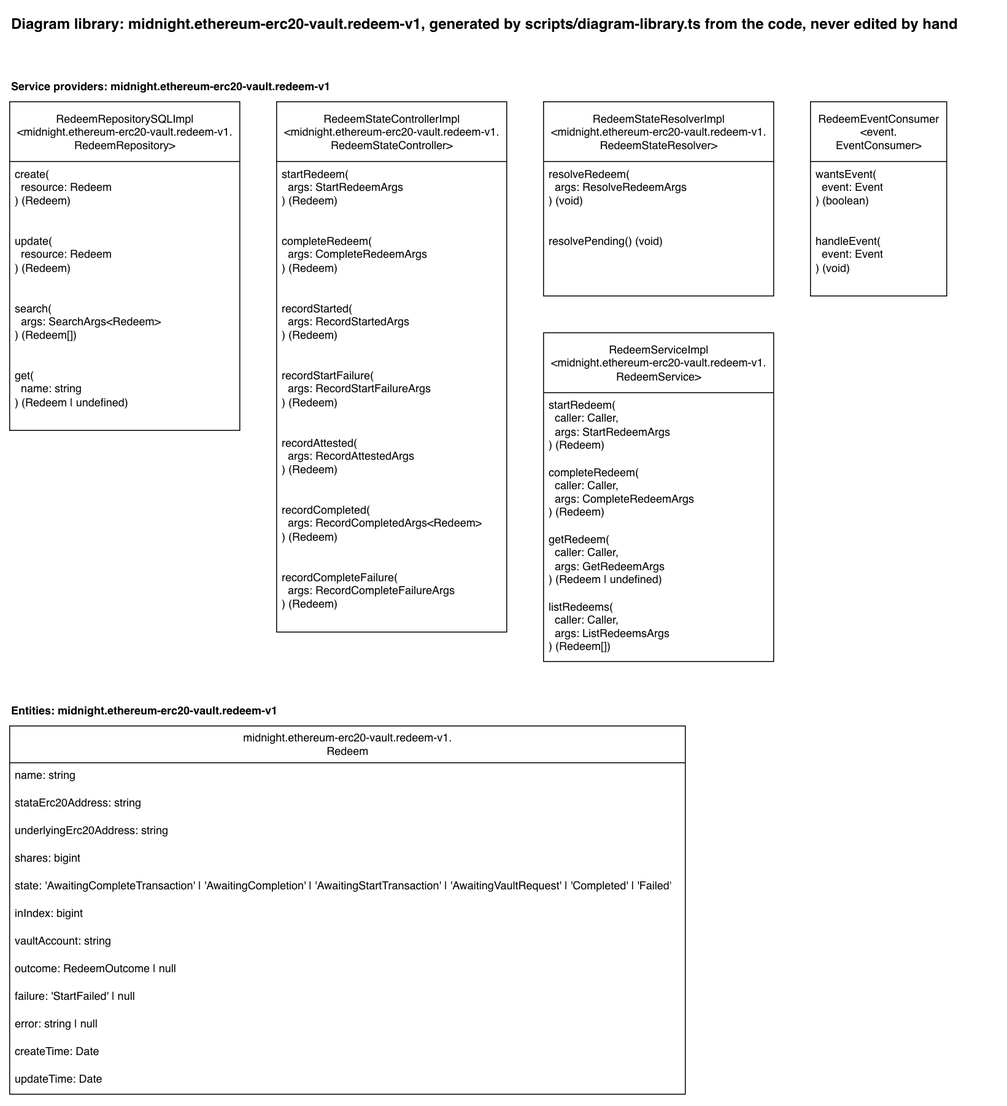
Above: docs/diagram-library/midnight/ethereum-erc20-vault/redeem-v1/diagram-library.drawio.png in sig-net/full-stack-demo (draw.io), before the change. Source tidied: cells renumbered, new cells last; positions are measured from the earlier drawing's top-left corner, leaving out a move shared by most shapes.
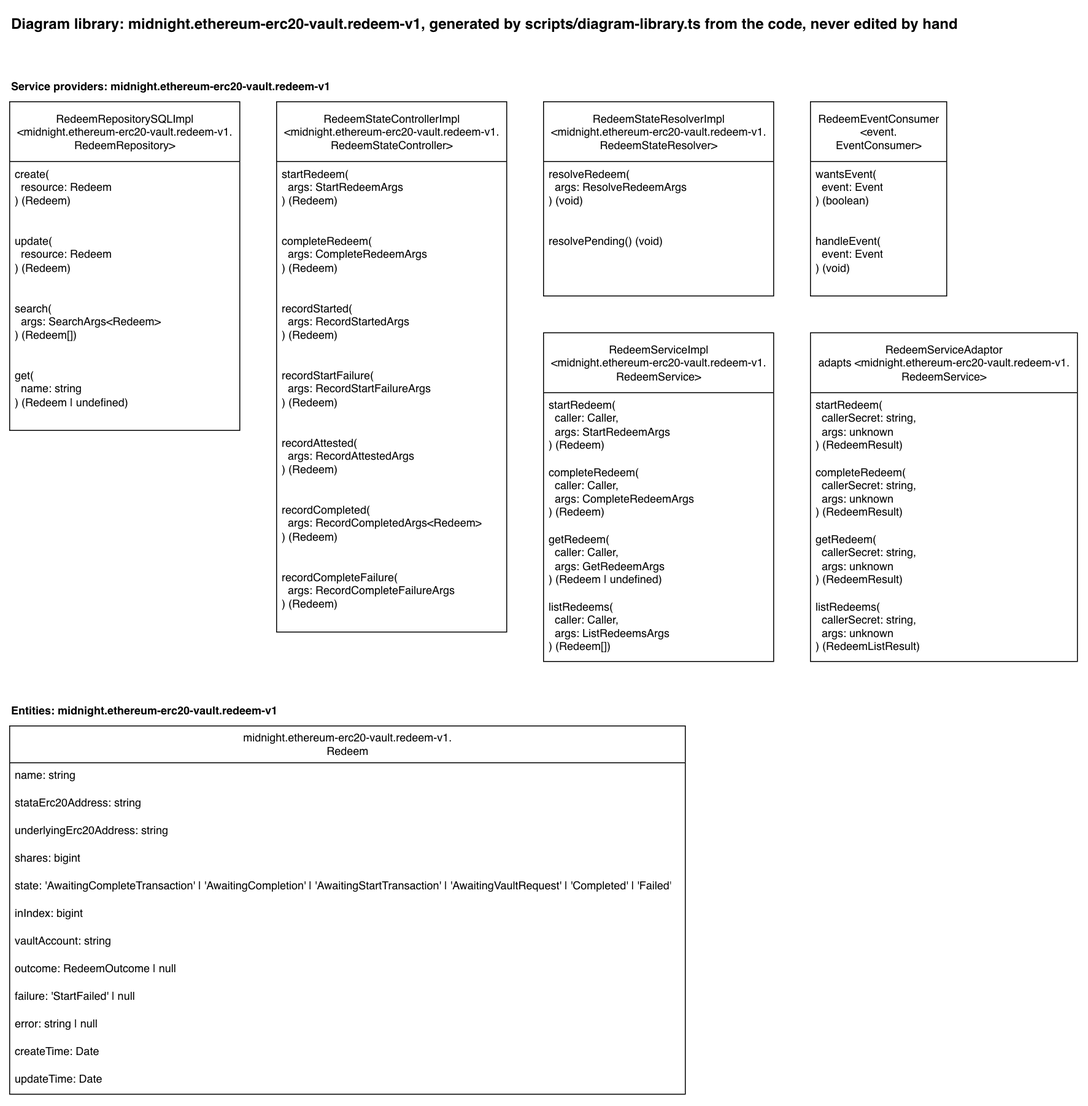
Later version of the same file.

The edit, as a diff of the source:
```diff
@@ -80,6 +80,21 @@
     <mxCell id="27" value="handleEvent(&lt;br&gt;&amp;nbsp; event: Event&lt;br&gt;) (void)" style="text;strokeColor=none;fillColor=none;align=left;verticalAlign=top;spacingLeft=4;spacingRight=4;overflow=hidden;whiteSpace=wrap;html=1;" parent="25" vertex="1">
       <mxGeometry y="138" width="148" height="73" as="geometry" />
     </mxCell>
+    <mxCell id="42" value="RedeemServiceAdaptor&lt;br&gt;adapts &amp;lt;midnight.ethereum-erc20-vault.redeem-v1.&lt;br&gt;RedeemService&amp;gt;" style="swimlane;fontStyle=0;horizontal=1;startSize=65;fillColor=default;html=1;fillStyle=solid;" parent="1" vertex="1">
+      <mxGeometry x="870" y="351" width="290" height="357" as="geometry" />
+    </mxCell>
+    <mxCell id="43" value="startRedeem(&lt;br&gt;&amp;nbsp; callerSecret: string,&lt;br&gt;&amp;nbsp; args: unknown&lt;br&gt;) (RedeemResult)" style="text;strokeColor=none;fillColor=none;align=left;verticalAlign=top;spacingLeft=4;spacingRight=4;overflow=hidden;whiteSpace=wrap;html=1;" parent="42" vertex="1">
+      <mxGeometry y="65" width="290" height="73" as="geometry" />
+    </mxCell>
+    <mxCell id="44" value="completeRedeem(&lt;br&gt;&amp;nbsp; callerSecret: string,&lt;br&gt;&amp;nbsp; args: unknown&lt;br&gt;) (RedeemResult)" style="text;strokeColor=none;fillColor=none;align=left;verticalAlign=top;spacingLeft=4;spacingRight=4;overflow=hidden;whiteSpace=wrap;html=1;" parent="42" vertex="1">
+      <mxGeometry y="138" width="290" height="73" as="geometry" />
+    </mxCell>
+    <mxCell id="45" value="getRedeem(&lt;br&gt;&amp;nbsp; callerSecret: string,&lt;br&gt;&amp;nbsp; args: unknown&lt;br&gt;) (RedeemResult)" style="text;strokeColor=none;fillColor=none;align=left;verticalAlign=top;spacingLeft=4;spacingRight=4;overflow=hidden;whiteSpace=wrap;html=1;" parent="42" vertex="1">
+      <mxGeometry y="211" width="290" height="73" as="geometry" />
+    </mxCell>
+    <mxCell id="46" value="listRedeems(&lt;br&gt;&amp;nbsp; callerSecret: string,&lt;br&gt;&amp;nbsp; args: unknown&lt;br&gt;) (RedeemListResult)" style="text;strokeColor=none;fillColor=none;align=left;verticalAlign=top;spacingLeft=4;spacingRight=4;overflow=hidden;whiteSpace=wrap;html=1;" parent="42" vertex="1">
+      <mxGeometry y="284" width="290" height="73" as="geometry" />
+    </mxCell>
     <mxCell id="28" value="Entities: midnight.ethereum-erc20-vault.redeem-v1" style="text;html=1;fontStyle=1;" parent="1" vertex="1">
       <mxGeometry y="748" width="317" height="20" as="geometry" />
     </mxCell>
```
